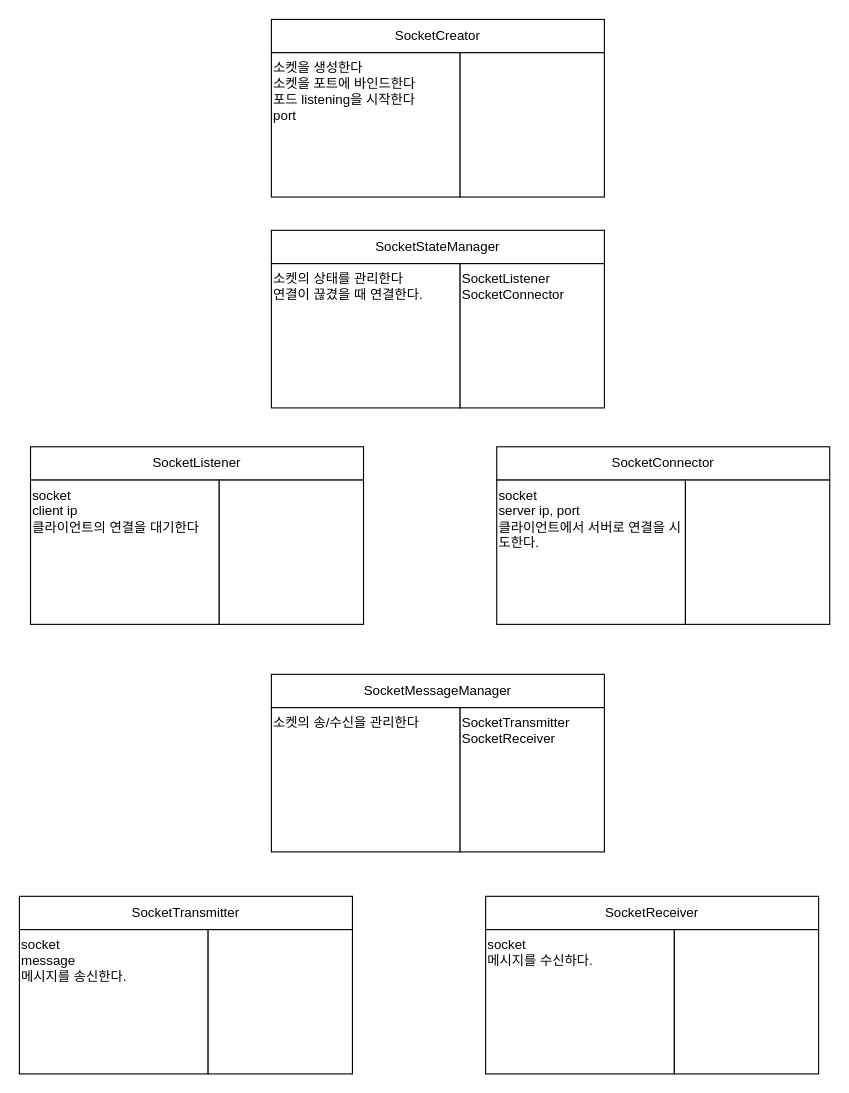
This is diagrams/scoket.drawio from Wondear/Bawoemau, a draw.io file, before an edit. Source tidied: cells renumbered, new cells numbered last; positions are measured from the earlier drawing's top-left corner, leaving out a move shared by most shapes. Both pictures are drawn from the tidied source at 111%, with x=0, y=0 at pixel (19, 19).
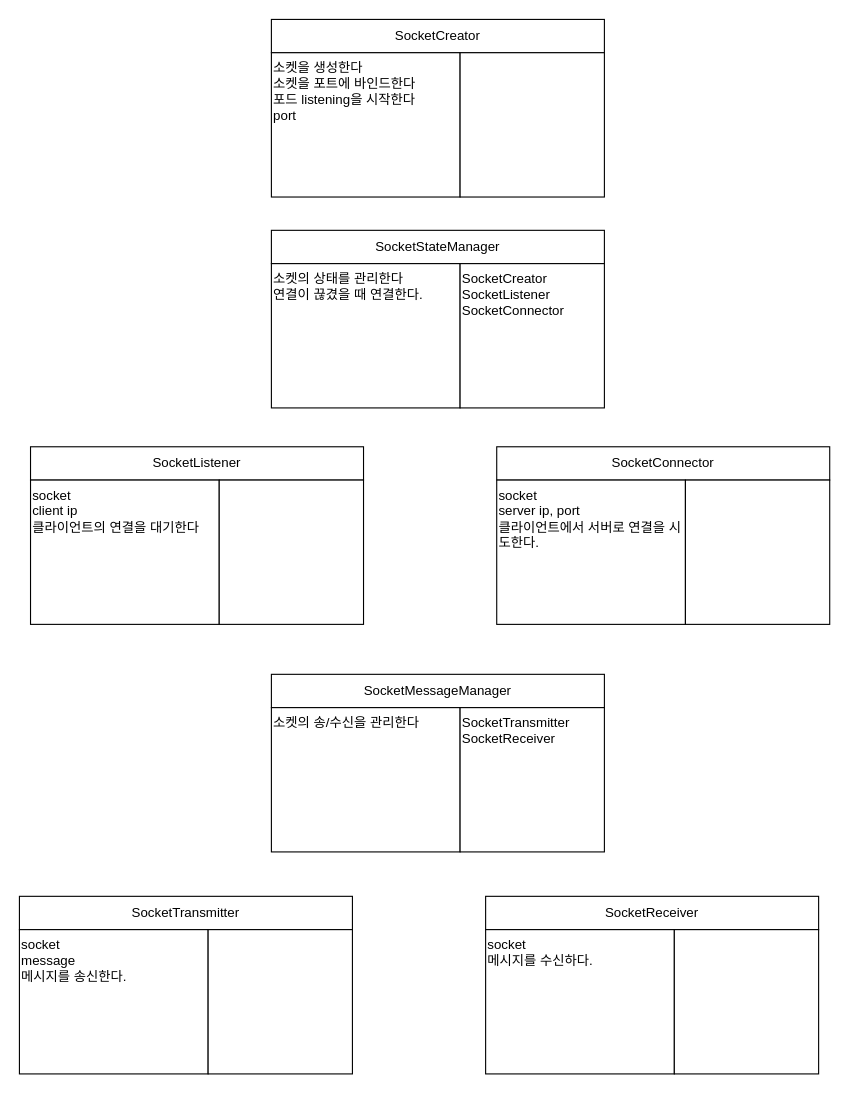
The same page after the edit.

The change refers to these unchanged cells:
```xml
<mxCell id="10" style="group;" parent="1" vertex="1">
  <mxGeometry x="227" y="190" width="300" height="160" as="geometry" />
</mxCell>
```

What changed in the source:
```diff
@@
-    <mxCell id="13" value="SocketListener&lt;br&gt;SocketConnector" style="rounded=0;whiteSpace=wrap;html=1;align=left;verticalAlign=top;" parent="10" vertex="1">
+    <mxCell id="13" value="SocketCreator&lt;br&gt;SocketListener&lt;br&gt;SocketConnector" style="rounded=0;whiteSpace=wrap;html=1;align=left;verticalAlign=top;" parent="10" vertex="1">
       <mxGeometry x="170" y="30" width="130" height="130" as="geometry" />
     </mxCell>
```
